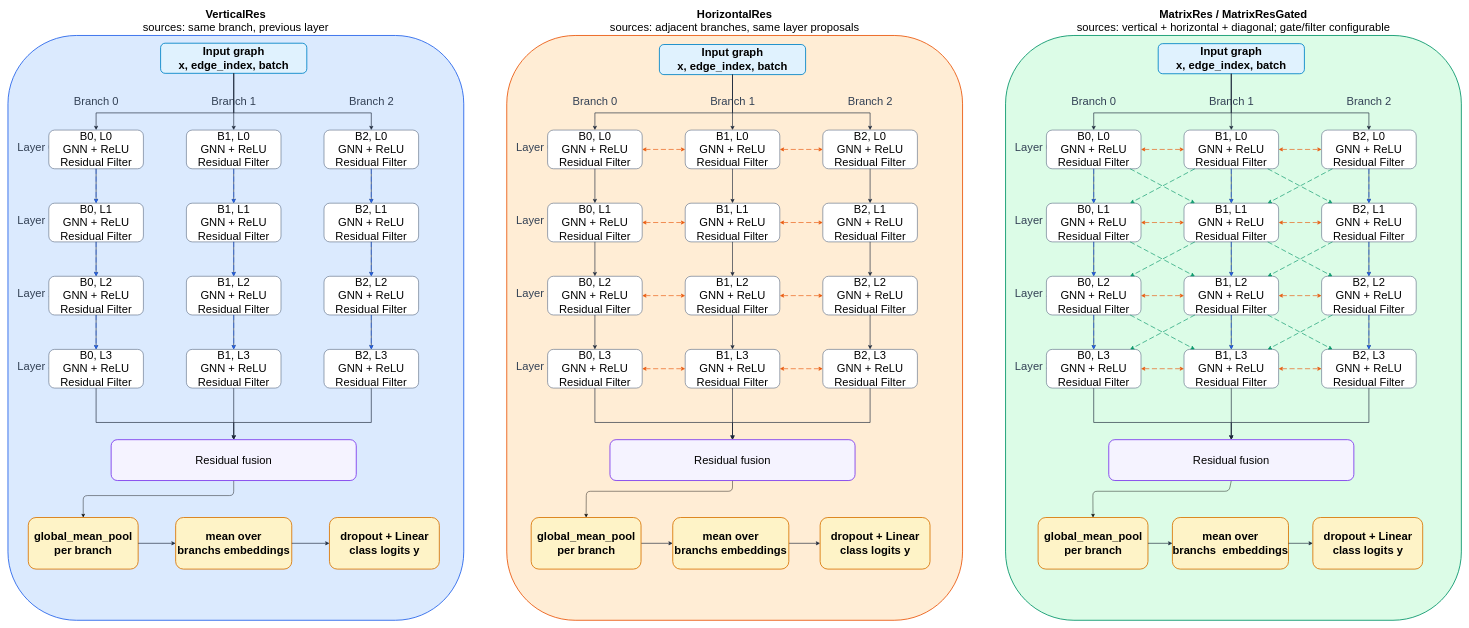
XuelinHu/Matrix-ResGNN-GraphClassificatio keeps this draw.io diagram as figures/cr_gnn_graph_architecture.drawio. Above is the earlier version. Source tidied: cells renumbered, new cells numbered last; positions are measured from the earlier drawing's top-left corner, leaving out a move shared by most shapes. Both pictures are drawn from the tidied source at 43%, with x=0, y=0 at pixel (8, 35).
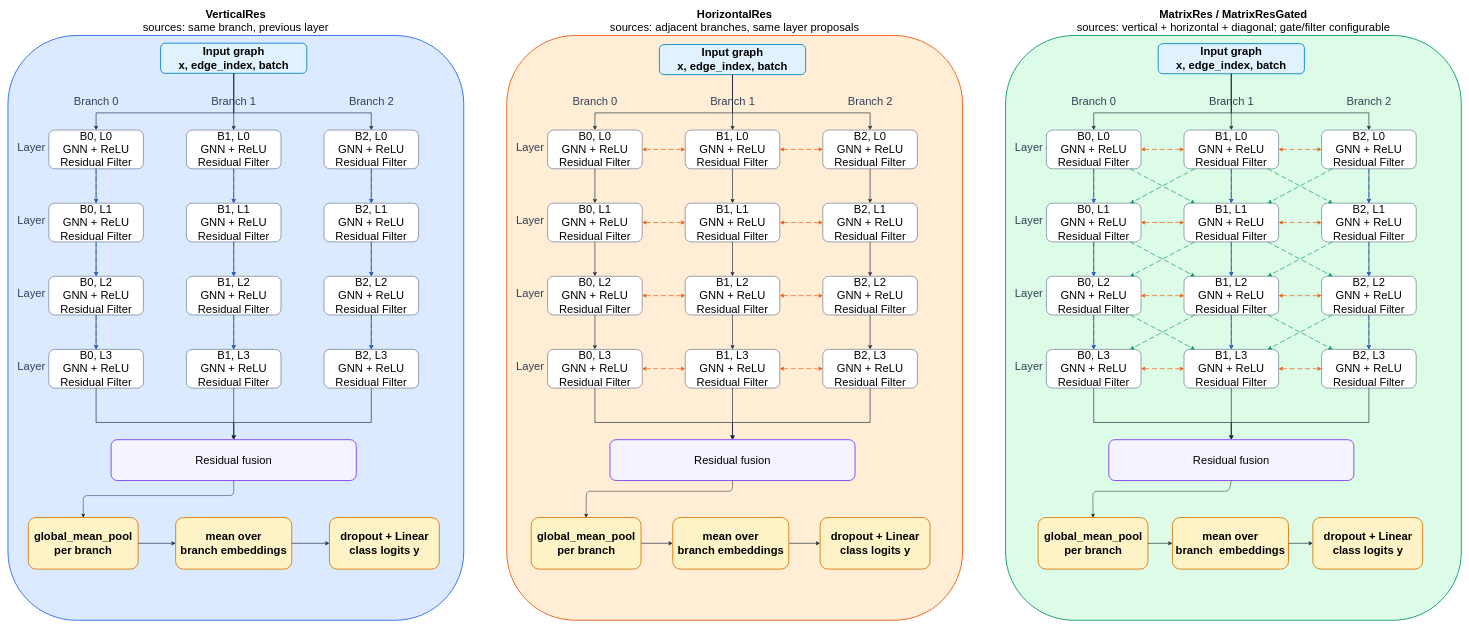
The same page after the edit.

The change refers to these unchanged cells:
```xml
<mxCell id="102" value="MatrixRes / MatrixResGated&lt;br&gt;&lt;span style=&quot;font-weight: 400;&quot;&gt;sources: vertical + horizontal + diagonal; gate/filter configurable&lt;/span&gt;" style="rounded=1;whiteSpace=wrap;html=1;fillColor=#F8FAFC;strokeColor=#334155;strokeWidth=2;fontFamily=Helvetica;fontSize=26;fontStyle=1;labelPosition=center;verticalLabelPosition=top;align=center;verticalAlign=bottom;spacingTop=10;fillColor=#DCFCE7;strokeColor=#059669;" parent="1" vertex="1">
  <mxGeometry x="2320" width="1060" height="1360" as="geometry" />
</mxCell>
```

What changed in the source:
```diff
@@
-    <mxCell id="39" value="mean over&lt;br&gt;branchs embeddings" style="rounded=1;whiteSpace=wrap;html=1;fillColor=#FEF3C7;strokeColor=#D97706;strokeWidth=2;fontFamily=Helvetica;fontSize=26;fontStyle=1;align=center;verticalAlign=middle;" parent="1" vertex="1">
+    <mxCell id="39" value="mean over&lt;br&gt;branch embeddings" style="rounded=1;whiteSpace=wrap;html=1;fillColor=#FEF3C7;strokeColor=#D97706;strokeWidth=2;fontFamily=Helvetica;fontSize=26;fontStyle=1;align=center;verticalAlign=middle;" parent="1" vertex="1">
       <mxGeometry x="390" y="1121" width="270" height="120" as="geometry" />
     </mxCell>
@@
-    <mxCell id="105" value="mean over&lt;br&gt;&lt;span style=&quot;color: rgb(0, 0, 0);&quot;&gt;branchs&amp;nbsp;&amp;nbsp;&lt;/span&gt;embeddings" style="rounded=1;whiteSpace=wrap;html=1;fillColor=#FEF3C7;strokeColor=#D97706;strokeWidth=2;fontFamily=Helvetica;fontSize=26;fontStyle=1;align=center;verticalAlign=middle;" parent="102" vertex="1">
+    <mxCell id="105" value="mean over&lt;br&gt;&lt;span style=&quot;color: rgb(0, 0, 0);&quot;&gt;branch&amp;nbsp;&amp;nbsp;&lt;/span&gt;embeddings" style="rounded=1;whiteSpace=wrap;html=1;fillColor=#FEF3C7;strokeColor=#D97706;strokeWidth=2;fontFamily=Helvetica;fontSize=26;fontStyle=1;align=center;verticalAlign=middle;" parent="102" vertex="1">
       <mxGeometry x="388" y="1121" width="270" height="120" as="geometry" />
     </mxCell>
@@
-    <mxCell id="175" value="mean over&lt;br&gt;&lt;span style=&quot;color: rgb(0, 0, 0);&quot;&gt;branchs&amp;nbsp;&lt;/span&gt;embeddings" style="rounded=1;whiteSpace=wrap;html=1;fillColor=#FEF3C7;strokeColor=#D97706;strokeWidth=2;fontFamily=Helvetica;fontSize=26;fontStyle=1;align=center;verticalAlign=middle;" parent="1" vertex="1">
+    <mxCell id="175" value="mean over&lt;br&gt;&lt;span style=&quot;color: rgb(0, 0, 0);&quot;&gt;branch&amp;nbsp;&lt;/span&gt;embeddings" style="rounded=1;whiteSpace=wrap;html=1;fillColor=#FEF3C7;strokeColor=#D97706;strokeWidth=2;fontFamily=Helvetica;fontSize=26;fontStyle=1;align=center;verticalAlign=middle;" parent="1" vertex="1">
       <mxGeometry x="1546" y="1121" width="270" height="120" as="geometry" />
     </mxCell>
```
